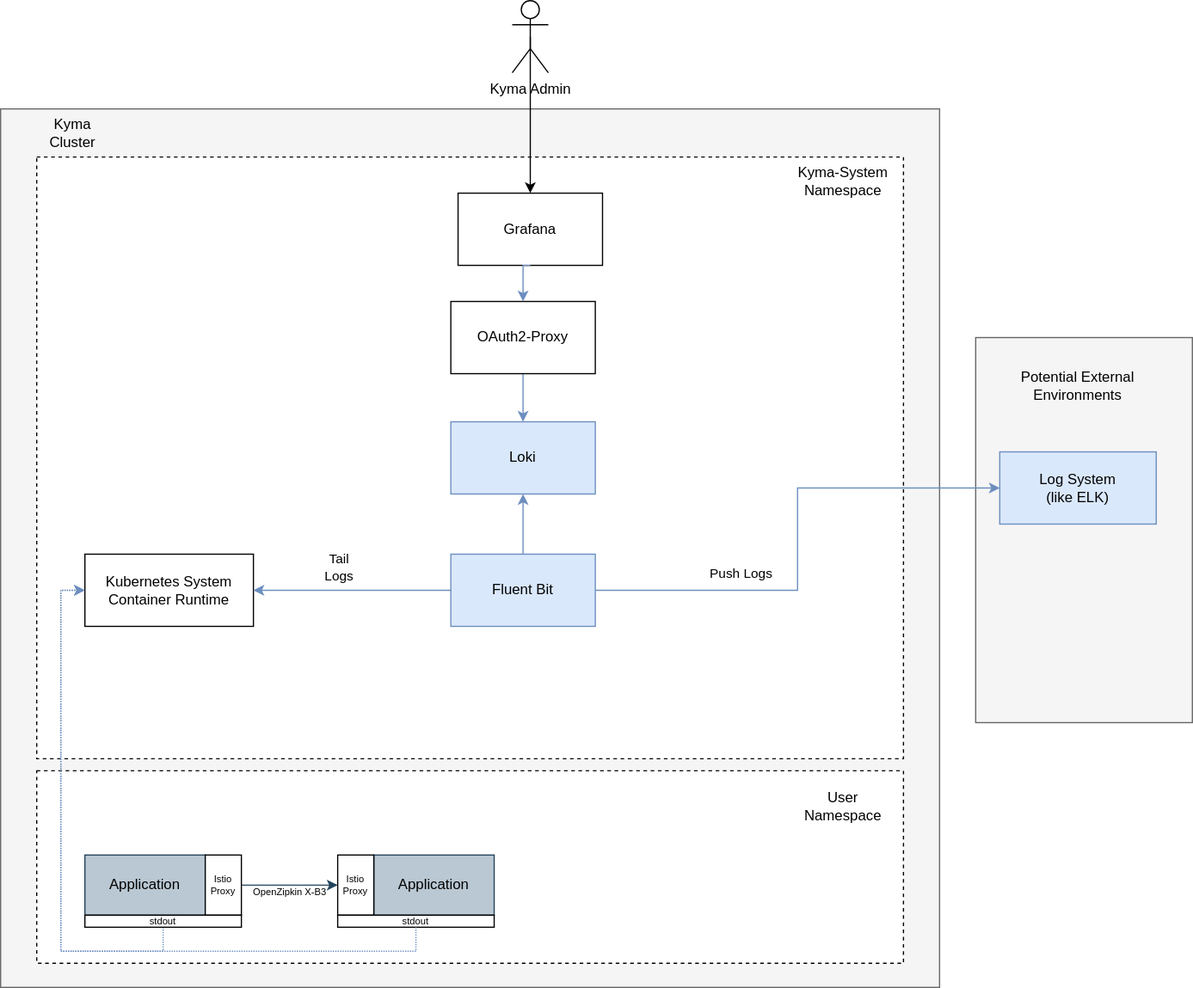
The draw.io diagram concepts/observability-strategy/configurable-logging/assets/logging-current.drawio.svg in kyma-project/community, before a commit. Source tidied: cells renumbered, new cells last; positions are measured from the earlier drawing's top-left corner, leaving out a move shared by most shapes.
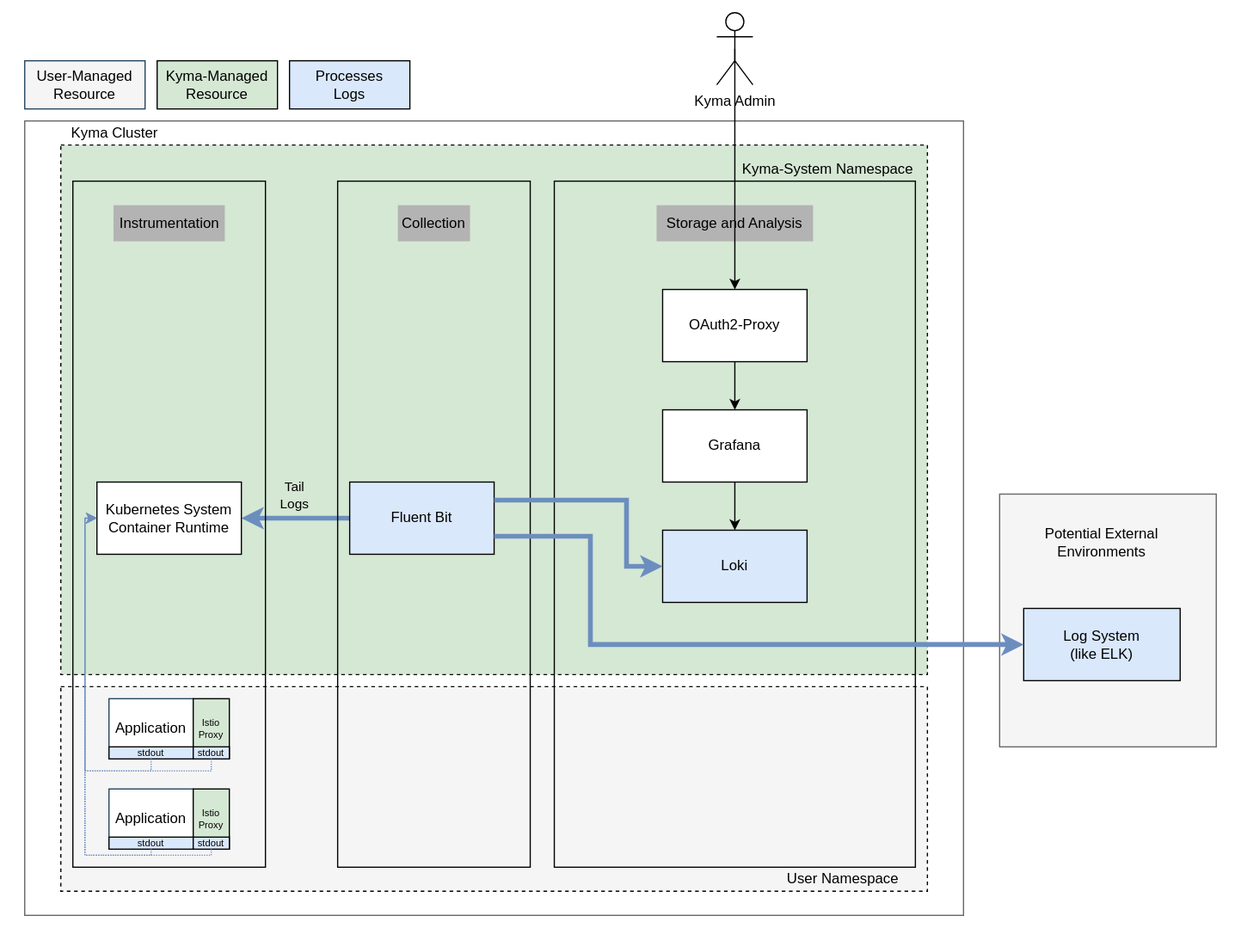
Above is the later version.

Diff of the diagram source:
```diff
@@ -2,34 +2,22 @@
   <root>
     <mxCell id="0" />
     <mxCell id="1" parent="0" />
+    <mxCell id="35" style="rounded=0;whiteSpace=wrap;html=1;fillColor=#FFFFFF;strokeColor=none;" parent="1" vertex="1">
+      <mxGeometry x="-20" y="60" width="1030" height="770" as="geometry" />
+    </mxCell>
     <mxCell id="2" style="rounded=0;whiteSpace=wrap;html=1;fillColor=#f5f5f5;strokeColor=#666666;fontColor=#333333;" parent="1" vertex="1">
-      <mxGeometry x="810" y="280" width="180" height="320" as="geometry" />
+      <mxGeometry x="810" y="470" width="180" height="210" as="geometry" />
     </mxCell>
-    <mxCell id="3" style="rounded=0;whiteSpace=wrap;html=1;fillColor=#f5f5f5;strokeColor=#666666;fontColor=#333333;" parent="1" vertex="1">
-      <mxGeometry y="90" width="780" height="730" as="geometry" />
+    <mxCell id="3" style="rounded=0;whiteSpace=wrap;html=1;fillColor=#FFFFFF;strokeColor=#666666;fontColor=#333333;" parent="1" vertex="1">
+      <mxGeometry y="160" width="780" height="660" as="geometry" />
     </mxCell>
-    <mxCell id="4" style="rounded=0;whiteSpace=wrap;html=1;dashed=1;fillColor=#FFFFFF;strokeColor=#000000;" parent="1" vertex="1">
-      <mxGeometry x="30" y="640" width="720" height="160" as="geometry" />
+    <mxCell id="4" style="rounded=0;whiteSpace=wrap;html=1;dashed=1;fillColor=#F5F5F5;strokeColor=#000000;" parent="1" vertex="1">
+      <mxGeometry x="30" y="630" width="720" height="170" as="geometry" />
     </mxCell>
-    <mxCell id="5" style="rounded=0;whiteSpace=wrap;html=1;dashed=1;fillColor=#FFFFFF;strokeColor=#000000;" parent="1" vertex="1">
-      <mxGeometry x="30" y="130" width="720" height="500" as="geometry" />
+    <mxCell id="5" style="rounded=0;whiteSpace=wrap;html=1;dashed=1;fillColor=#D5E8D4;strokeColor=#000000;" parent="1" vertex="1">
+      <mxGeometry x="30" y="180" width="720" height="440" as="geometry" />
     </mxCell>
-    <mxCell id="6" style="edgeStyle=orthogonalEdgeStyle;rounded=0;jettySize=auto;html=1;exitX=0.5;exitY=1;exitDx=0;exitDy=0;entryX=0;entryY=0.5;entryDx=0;entryDy=0;startArrow=none;startFill=0;dashed=1;fillColor=#dae8fc;strokeColor=#6c8ebf;dashPattern=1 1;" parent="1" edge="1" source="28" target="8">
-      <mxGeometry relative="1" as="geometry">
-        <Array as="points">
-          <mxPoint x="135" y="790" />
-          <mxPoint x="50" y="790" />
-          <mxPoint x="50" y="490" />
-        </Array>
-      </mxGeometry>
-    </mxCell>
-    <mxCell id="7" value="Application" style="rounded=0;whiteSpace=wrap;html=1;fillColor=#bac8d3;strokeColor=#23445d;fontColor=#000000;" parent="1" vertex="1">
-      <mxGeometry x="70" y="710" width="100" height="50" as="geometry" />
-    </mxCell>
-    <mxCell id="8" value="Kubernetes System&lt;br&gt;Container Runtime" style="rounded=0;whiteSpace=wrap;html=1;fillColor=#FFFFFF;strokeColor=#000000;fontColor=#000000;" parent="1" vertex="1">
-      <mxGeometry x="70" y="460" width="140" height="60" as="geometry" />
-    </mxCell>
-    <mxCell id="9" style="edgeStyle=orthogonalEdgeStyle;rounded=0;jettySize=auto;html=1;exitX=0;exitY=0.5;exitDx=0;exitDy=0;entryX=1;entryY=0.5;entryDx=0;entryDy=0;fillColor=#dae8fc;strokeColor=#6c8ebf;" parent="1" edge="1" source="14" target="8">
+    <mxCell id="9" style="edgeStyle=orthogonalEdgeStyle;rounded=0;jettySize=auto;html=1;exitX=0;exitY=0.5;exitDx=0;exitDy=0;entryX=1;entryY=0.5;entryDx=0;entryDy=0;fillColor=#dae8fc;strokeColor=#6c8ebf;strokeWidth=4;" parent="1" edge="1" source="14" target="8">
       <mxGeometry relative="1" as="geometry" />
     </mxCell>
     <mxCell id="10" value="Tail&lt;br&gt;Logs" style="edgeLabel;html=1;align=center;verticalAlign=middle;labelBackgroundColor=none;fontColor=#000000;" parent="9" vertex="1">
@@ -37,94 +25,150 @@
         <mxPoint x="10" y="-17" as="offset" />
       </mxGeometry>
     </mxCell>
-    <mxCell id="11" style="edgeStyle=orthogonalEdgeStyle;rounded=0;jettySize=auto;html=1;exitX=0.5;exitY=0;exitDx=0;exitDy=0;entryX=0.5;entryY=1;entryDx=0;entryDy=0;fillColor=#dae8fc;strokeColor=#6c8ebf;" parent="1" edge="1" source="14" target="19">
-      <mxGeometry relative="1" as="geometry">
-        <Array as="points">
-          <mxPoint x="434" y="410" />
-          <mxPoint x="434" y="410" />
-        </Array>
-      </mxGeometry>
-    </mxCell>
-    <mxCell id="12" style="edgeStyle=orthogonalEdgeStyle;rounded=0;jettySize=auto;html=1;exitX=1;exitY=0.5;exitDx=0;exitDy=0;fontSize=12;fontColor=#000000;entryX=0;entryY=0.5;entryDx=0;entryDy=0;fillColor=#dae8fc;strokeColor=#6c8ebf;" parent="1" edge="1" source="14" target="20">
-      <mxGeometry relative="1" as="geometry" />
-    </mxCell>
-    <mxCell id="13" value="Push Logs" style="edgeLabel;html=1;align=center;verticalAlign=middle;labelBackgroundColor=none;fontColor=#000000;" parent="12" vertex="1">
-      <mxGeometry x="-0.43" y="1" relative="1" as="geometry">
-        <mxPoint y="-14" as="offset" />
-      </mxGeometry>
-    </mxCell>
-    <mxCell id="14" value="Fluent Bit" style="rounded=0;whiteSpace=wrap;html=1;fillColor=#dae8fc;strokeColor=#6c8ebf;fontColor=#000000;" parent="1" vertex="1">
-      <mxGeometry x="374" y="460" width="120" height="60" as="geometry" />
-    </mxCell>
     <mxCell id="15" value="Kyma Cluster" style="text;html=1;strokeColor=none;fillColor=none;align=center;verticalAlign=middle;whiteSpace=wrap;rounded=0;fontColor=#000000;" parent="1" vertex="1">
-      <mxGeometry x="40" y="100" width="40" height="20" as="geometry" />
+      <mxGeometry x="30" y="160" width="90" height="20" as="geometry" />
     </mxCell>
     <mxCell id="16" value="Kyma-System Namespace" style="text;html=1;strokeColor=none;fillColor=none;align=center;verticalAlign=middle;whiteSpace=wrap;rounded=0;fontColor=#000000;" parent="1" vertex="1">
-      <mxGeometry x="655" y="140" width="90" height="20" as="geometry" />
+      <mxGeometry x="590" y="190" width="155" height="20" as="geometry" />
     </mxCell>
     <mxCell id="17" value="User Namespace" style="text;html=1;strokeColor=none;fillColor=none;align=center;verticalAlign=middle;whiteSpace=wrap;rounded=0;fontColor=#000000;" parent="1" vertex="1">
-      <mxGeometry x="680" y="660" width="40" height="20" as="geometry" />
+      <mxGeometry x="615" y="780" width="130" height="20" as="geometry" />
     </mxCell>
     <mxCell id="18" value="Potential External Environments" style="text;html=1;strokeColor=none;fillColor=none;align=center;verticalAlign=middle;whiteSpace=wrap;rounded=0;fontColor=#000000;" parent="1" vertex="1">
-      <mxGeometry x="830" y="310" width="130" height="20" as="geometry" />
+      <mxGeometry x="830" y="500" width="130" height="20" as="geometry" />
     </mxCell>
+    <mxCell id="20" value="Log System&lt;br&gt;(like ELK)" style="rounded=0;whiteSpace=wrap;html=1;fillColor=#dae8fc;strokeColor=#000000;fontColor=#000000;" parent="1" vertex="1">
+      <mxGeometry x="830" y="565" width="130" height="60" as="geometry" />
+    </mxCell>
+    <mxCell id="36" value="User-Managed Resource" style="rounded=0;whiteSpace=wrap;html=1;fillColor=#F5F5F5;strokeColor=#23445d;" parent="1" vertex="1">
+      <mxGeometry y="110" width="100" height="40" as="geometry" />
+    </mxCell>
+    <mxCell id="37" value="Kyma-Managed Resource" style="rounded=0;whiteSpace=wrap;html=1;fillColor=#d5e8d4;strokeColor=#000000;fontColor=#000000;" parent="1" vertex="1">
+      <mxGeometry x="110" y="110" width="100" height="40" as="geometry" />
+    </mxCell>
+    <mxCell id="38" value="Processes&lt;br&gt;Logs" style="rounded=0;whiteSpace=wrap;html=1;fillColor=#DAE8FC;strokeColor=#000000;fontColor=#000000;" parent="1" vertex="1">
+      <mxGeometry x="220" y="110" width="100" height="40" as="geometry" />
+    </mxCell>
+    <mxCell id="39" style="html=1;fillColor=none;" parent="1" vertex="1">
+      <mxGeometry x="40" y="210" width="160" height="570" as="geometry" />
+    </mxCell>
+    <mxCell id="40" value="Instrumentation" style="text;html=1;strokeColor=none;fillColor=#B3B3B3;align=center;verticalAlign=middle;whiteSpace=wrap;rounded=0;" parent="1" vertex="1">
+      <mxGeometry x="73.8" y="230" width="92.5" height="30" as="geometry" />
+    </mxCell>
+    <mxCell id="41" style="html=1;fillColor=none;" parent="1" vertex="1">
+      <mxGeometry x="260" y="210" width="160" height="570" as="geometry" />
+    </mxCell>
+    <mxCell id="42" value="Collection" style="text;html=1;strokeColor=none;fillColor=#B3B3B3;align=center;verticalAlign=middle;whiteSpace=wrap;rounded=0;" parent="1" vertex="1">
+      <mxGeometry x="310" y="230" width="60" height="30" as="geometry" />
+    </mxCell>
+    <mxCell id="43" style="html=1;fillColor=none;" parent="1" vertex="1">
+      <mxGeometry x="440" y="210" width="300" height="570" as="geometry" />
+    </mxCell>
+    <mxCell id="44" value="&lt;span&gt;Storage and Analysis&lt;/span&gt;" style="text;html=1;strokeColor=none;fillColor=#B3B3B3;align=center;verticalAlign=middle;whiteSpace=wrap;rounded=0;" parent="1" vertex="1">
+      <mxGeometry x="525" y="230" width="130" height="30" as="geometry" />
+    </mxCell>
+    <mxCell id="14" value="Fluent Bit" style="rounded=0;whiteSpace=wrap;html=1;fillColor=#dae8fc;strokeColor=#000000;fontColor=#000000;" parent="1" vertex="1">
+      <mxGeometry x="270" y="460" width="120" height="60" as="geometry" />
+    </mxCell>
-    <mxCell id="19" value="Loki" style="rounded=0;whiteSpace=wrap;html=1;fillColor=#dae8fc;strokeColor=#6c8ebf;fontColor=#000000;" parent="1" vertex="1">
-      <mxGeometry x="374" y="350" width="120" height="60" as="geometry" />
+    <mxCell id="19" value="Loki" style="rounded=0;whiteSpace=wrap;html=1;fillColor=#dae8fc;strokeColor=#000000;fontColor=#000000;" parent="1" vertex="1">
+      <mxGeometry x="530" y="500" width="120" height="60" as="geometry" />
     </mxCell>
-    <mxCell id="20" value="Log System&lt;br&gt;(like ELK)" style="rounded=0;whiteSpace=wrap;html=1;fillColor=#dae8fc;strokeColor=#6c8ebf;fontColor=#000000;" parent="1" vertex="1">
-      <mxGeometry x="830" y="375" width="130" height="60" as="geometry" />
-    </mxCell>
-    <mxCell id="21" style="edgeStyle=orthogonalEdgeStyle;rounded=0;jettySize=auto;html=1;exitX=0.5;exitY=1;exitDx=0;exitDy=0;entryX=0.5;entryY=0;entryDx=0;entryDy=0;fillColor=#dae8fc;strokeColor=#6c8ebf;" parent="1" edge="1" source="33" target="19">
-      <mxGeometry relative="1" as="geometry" />
-    </mxCell>
+    <mxCell id="45" style="edgeStyle=none;html=1;" parent="1" edge="1" source="22" target="19">
+      <mxGeometry relative="1" as="geometry" />
+    </mxCell>
     <mxCell id="22" value="Grafana" style="rounded=0;whiteSpace=wrap;html=1;fillColor=#FFFFFF;strokeColor=#000000;fontColor=#000000;" parent="1" vertex="1">
-      <mxGeometry x="380" y="160" width="120" height="60" as="geometry" />
+      <mxGeometry x="530" y="400" width="120" height="60" as="geometry" />
     </mxCell>
-    <mxCell id="23" style="edgeStyle=orthogonalEdgeStyle;rounded=0;jettySize=auto;html=1;exitX=0.5;exitY=0.5;exitDx=0;exitDy=0;exitPerimeter=0;entryX=0.5;entryY=0;entryDx=0;entryDy=0;fontColor=#000000;strokeColor=#000000;" parent="1" edge="1" source="24" target="22">
+    <mxCell id="23" style="edgeStyle=orthogonalEdgeStyle;rounded=0;jettySize=auto;html=1;exitX=0.5;exitY=0.5;exitDx=0;exitDy=0;exitPerimeter=0;entryX=0.5;entryY=0;entryDx=0;entryDy=0;fontColor=#000000;strokeColor=#000000;" parent="1" edge="1" source="24" target="33">
       <mxGeometry relative="1" as="geometry" />
     </mxCell>
     <mxCell id="24" value="Kyma Admin" style="shape=umlActor;verticalLabelPosition=bottom;verticalAlign=top;html=1;outlineConnect=0;strokeColor=#000000;fontColor=#000000;fillColor=#FFFFFF;" parent="1" vertex="1">
-      <mxGeometry x="425" width="30" height="60" as="geometry" />
+      <mxGeometry x="575" y="70" width="30" height="60" as="geometry" />
     </mxCell>
-    <mxCell id="25" style="edgeStyle=orthogonalEdgeStyle;rounded=0;jettySize=auto;html=1;exitX=1;exitY=0.5;exitDx=0;exitDy=0;entryX=0;entryY=0.5;entryDx=0;entryDy=0;fillColor=#bac8d3;strokeColor=#23445d;" parent="1" edge="1" source="27">
-      <mxGeometry relative="1" as="geometry">
-        <mxPoint x="280" y="735" as="targetPoint" />
-      </mxGeometry>
-    </mxCell>
-    <mxCell id="26" value="OpenZipkin X-B3" style="edgeLabel;html=1;align=center;verticalAlign=middle;fontSize=8;labelBackgroundColor=none;fontColor=#000000;" parent="25" vertex="1">
-      <mxGeometry x="-0.42" relative="1" as="geometry">
-        <mxPoint x="16.7" y="5" as="offset" />
-      </mxGeometry>
-    </mxCell>
-    <mxCell id="27" value="Istio&lt;br style=&quot;font-size: 8px;&quot;&gt;Proxy" style="rounded=0;whiteSpace=wrap;html=1;fontSize=8;fillColor=#FFFFFF;strokeColor=#000000;fontColor=#000000;" parent="1" vertex="1">
-      <mxGeometry x="170" y="710" width="30" height="50" as="geometry" />
-    </mxCell>
-    <mxCell id="28" value="stdout" style="rounded=0;whiteSpace=wrap;html=1;fontSize=8;fillColor=#FFFFFF;strokeColor=#000000;fontColor=#000000;" parent="1" vertex="1">
-      <mxGeometry x="70" y="760" width="130" height="10" as="geometry" />
-    </mxCell>
-    <mxCell id="29" value="Application" style="rounded=0;whiteSpace=wrap;html=1;fillColor=#bac8d3;strokeColor=#23445d;fontColor=#000000;" parent="1" vertex="1">
-      <mxGeometry x="310" y="710" width="100" height="50" as="geometry" />
-    </mxCell>
-    <mxCell id="30" value="Istio&lt;br style=&quot;font-size: 8px;&quot;&gt;Proxy" style="rounded=0;whiteSpace=wrap;html=1;fontSize=8;fillColor=#FFFFFF;strokeColor=#000000;fontColor=#000000;" parent="1" vertex="1">
-      <mxGeometry x="280" y="710" width="30" height="50" as="geometry" />
-    </mxCell>
-    <mxCell id="31" value="stdout" style="rounded=0;whiteSpace=wrap;html=1;fontSize=8;fillColor=#FFFFFF;strokeColor=#000000;fontColor=#000000;" parent="1" vertex="1">
-      <mxGeometry x="280" y="760" width="130" height="10" as="geometry" />
-    </mxCell>
+    <mxCell id="46" style="edgeStyle=none;html=1;" parent="1" edge="1" source="33" target="22">
+      <mxGeometry relative="1" as="geometry" />
+    </mxCell>
+    <mxCell id="33" value="OAuth2-Proxy" style="rounded=0;whiteSpace=wrap;html=1;" parent="1" vertex="1">
+      <mxGeometry x="530" y="300" width="120" height="60" as="geometry" />
+    </mxCell>
+    <mxCell id="47" value="Application" style="rounded=0;whiteSpace=wrap;html=1;fillColor=#FFFFFF;strokeColor=#23445d;fontColor=#000000;" parent="1" vertex="1">
+      <mxGeometry x="70" y="640" width="70" height="50" as="geometry" />
+    </mxCell>
+    <mxCell id="48" value="Istio&lt;br style=&quot;font-size: 8px;&quot;&gt;Proxy" style="rounded=0;whiteSpace=wrap;html=1;fontSize=8;fillColor=#D5E8D4;strokeColor=#000000;fontColor=#000000;" parent="1" vertex="1">
+      <mxGeometry x="140" y="640" width="30" height="50" as="geometry" />
+    </mxCell>
+    <mxCell id="49" value="Application" style="rounded=0;whiteSpace=wrap;html=1;fillColor=#FFFFFF;strokeColor=#23445d;fontColor=#000000;" parent="1" vertex="1">
+      <mxGeometry x="70" y="715" width="70" height="50" as="geometry" />
+    </mxCell>
+    <mxCell id="50" value="Istio&lt;br style=&quot;font-size: 8px;&quot;&gt;Proxy" style="rounded=0;whiteSpace=wrap;html=1;fontSize=8;fillColor=#D5E8D4;strokeColor=#000000;fontColor=#000000;" parent="1" vertex="1">
+      <mxGeometry x="140" y="715" width="30" height="50" as="geometry" />
+    </mxCell>
+    <mxCell id="51" value="stdout" style="rounded=0;whiteSpace=wrap;html=1;fontSize=8;fillColor=#DAE8FC;strokeColor=#000000;" parent="1" vertex="1">
+      <mxGeometry x="70" y="680" width="70" height="10" as="geometry" />
+    </mxCell>
+    <mxCell id="52" value="stdout" style="rounded=0;whiteSpace=wrap;html=1;fontSize=8;fillColor=#DAE8FC;strokeColor=#000000;" parent="1" vertex="1">
+      <mxGeometry x="70" y="755" width="70" height="10" as="geometry" />
+    </mxCell>
+    <mxCell id="53" value="stdout" style="rounded=0;whiteSpace=wrap;html=1;fontSize=8;fillColor=#DAE8FC;strokeColor=#000000;" parent="1" vertex="1">
+      <mxGeometry x="140" y="680" width="30" height="10" as="geometry" />
+    </mxCell>
+    <mxCell id="54" value="stdout" style="rounded=0;whiteSpace=wrap;html=1;fontSize=8;fillColor=#DAE8FC;strokeColor=#000000;" parent="1" vertex="1">
+      <mxGeometry x="140" y="755" width="30" height="10" as="geometry" />
+    </mxCell>
+    <mxCell id="6" style="edgeStyle=orthogonalEdgeStyle;rounded=0;jettySize=auto;html=1;exitX=0.5;exitY=1;exitDx=0;exitDy=0;entryX=0;entryY=0.5;entryDx=0;entryDy=0;startArrow=none;startFill=0;dashed=1;fillColor=#dae8fc;strokeColor=#6c8ebf;dashPattern=1 1;" parent="1" edge="1" source="52" target="8">
+      <mxGeometry relative="1" as="geometry">
+        <Array as="points">
+          <mxPoint x="105" y="770" />
+          <mxPoint x="50" y="770" />
+          <mxPoint x="50" y="490" />
+        </Array>
+      </mxGeometry>
+    </mxCell>
-    <mxCell id="32" style="edgeStyle=orthogonalEdgeStyle;rounded=0;jettySize=auto;html=1;exitX=0.5;exitY=1;exitDx=0;exitDy=0;entryX=0;entryY=0.5;entryDx=0;entryDy=0;startArrow=none;startFill=0;dashed=1;fillColor=#dae8fc;strokeColor=#6c8ebf;dashPattern=1 1;" parent="1" edge="1" source="31" target="8">
+    <mxCell id="32" style="edgeStyle=orthogonalEdgeStyle;rounded=0;jettySize=auto;html=1;exitX=0.5;exitY=1;exitDx=0;exitDy=0;entryX=0;entryY=0.5;entryDx=0;entryDy=0;startArrow=none;startFill=0;dashed=1;fillColor=#dae8fc;strokeColor=#6c8ebf;dashPattern=1 1;" parent="1" edge="1" source="54" target="8">
       <mxGeometry relative="1" as="geometry">
         <Array as="points">
-          <mxPoint x="345" y="790" />
-          <mxPoint x="50" y="790" />
+          <mxPoint x="155" y="770" />
+          <mxPoint x="50" y="770" />
           <mxPoint x="50" y="490" />
         </Array>
       </mxGeometry>
     </mxCell>
-    <mxCell id="33" value="OAuth2-Proxy" style="rounded=0;whiteSpace=wrap;html=1;" parent="1" vertex="1">
-      <mxGeometry x="374" y="250" width="120" height="60" as="geometry" />
-    </mxCell>
-    <mxCell id="34" style="edgeStyle=orthogonalEdgeStyle;rounded=0;jettySize=auto;html=1;exitX=0.5;exitY=1;exitDx=0;exitDy=0;fillColor=#dae8fc;strokeColor=#6c8ebf;entryX=0.5;entryY=0;entryDx=0;entryDy=0;" parent="1" edge="1" source="22" target="33">
-      <mxGeometry relative="1" as="geometry" />
-    </mxCell>
+    <mxCell id="55" style="edgeStyle=orthogonalEdgeStyle;rounded=0;jettySize=auto;html=1;exitX=0.5;exitY=1;exitDx=0;exitDy=0;startArrow=none;startFill=0;dashed=1;fillColor=#dae8fc;strokeColor=#6c8ebf;dashPattern=1 1;entryX=0;entryY=0.5;entryDx=0;entryDy=0;" parent="1" edge="1" source="53" target="8">
+      <mxGeometry relative="1" as="geometry">
+        <Array as="points">
+          <mxPoint x="155" y="700" />
+          <mxPoint x="50" y="700" />
+          <mxPoint x="50" y="490" />
+        </Array>
+      </mxGeometry>
+    </mxCell>
+    <mxCell id="8" value="Kubernetes System&lt;br&gt;Container Runtime" style="rounded=0;whiteSpace=wrap;html=1;fillColor=#FFFFFF;strokeColor=#000000;fontColor=#000000;" parent="1" vertex="1">
+      <mxGeometry x="60" y="460" width="120" height="60" as="geometry" />
+    </mxCell>
+    <mxCell id="56" style="edgeStyle=orthogonalEdgeStyle;rounded=0;jettySize=auto;html=1;exitX=0.5;exitY=1;exitDx=0;exitDy=0;startArrow=none;startFill=0;dashed=1;fillColor=#dae8fc;strokeColor=#6c8ebf;dashPattern=1 1;entryX=0;entryY=0.5;entryDx=0;entryDy=0;" parent="1" edge="1" source="51" target="8">
+      <mxGeometry relative="1" as="geometry">
+        <Array as="points">
+          <mxPoint x="105" y="700" />
+          <mxPoint x="50" y="700" />
+          <mxPoint x="50" y="490" />
+        </Array>
+      </mxGeometry>
+    </mxCell>
+    <mxCell id="12" style="edgeStyle=orthogonalEdgeStyle;rounded=0;jettySize=auto;html=1;exitX=1;exitY=0.75;exitDx=0;exitDy=0;fontSize=12;fontColor=#000000;entryX=0;entryY=0.5;entryDx=0;entryDy=0;fillColor=#dae8fc;strokeColor=#6c8ebf;strokeWidth=4;" parent="1" edge="1" source="14" target="20">
+      <mxGeometry relative="1" as="geometry">
+        <Array as="points">
+          <mxPoint x="470" y="505" />
+          <mxPoint x="470" y="595" />
+        </Array>
+      </mxGeometry>
+    </mxCell>
+    <mxCell id="11" style="edgeStyle=orthogonalEdgeStyle;rounded=0;jettySize=auto;html=1;exitX=1;exitY=0.25;exitDx=0;exitDy=0;entryX=0;entryY=0.5;entryDx=0;entryDy=0;fillColor=#dae8fc;strokeColor=#6c8ebf;strokeWidth=4;" parent="1" edge="1" source="14" target="19">
+      <mxGeometry relative="1" as="geometry">
+        <Array as="points">
+          <mxPoint x="500" y="475" />
+          <mxPoint x="500" y="530" />
+        </Array>
+      </mxGeometry>
+    </mxCell>
   </root>
 </mxGraphModel>
```
